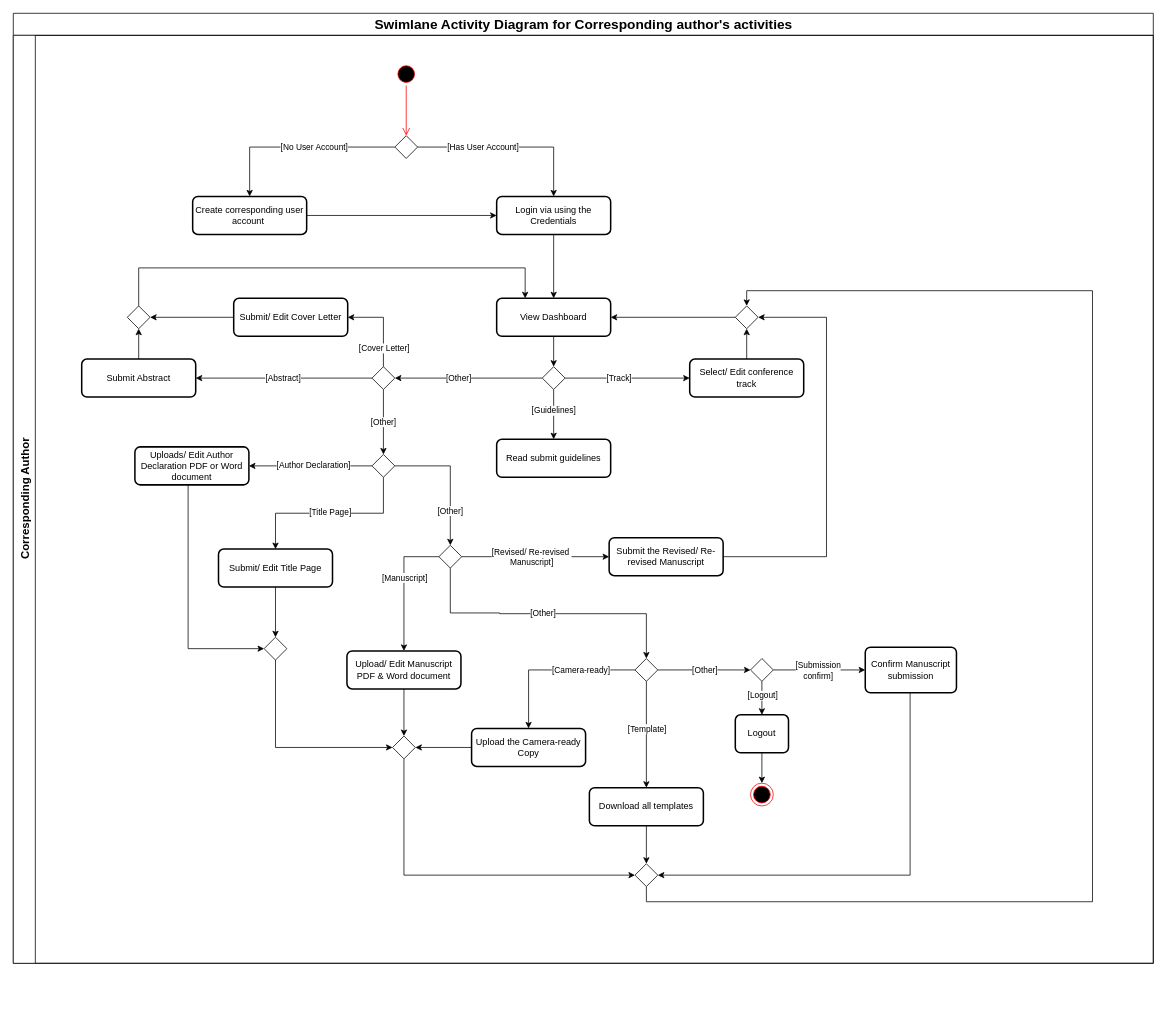
Before: UML Diagram/Swimlane Activity Diagram for Actors in the Conference management system/Swimlane Activity Diagram for Corresponding Author_s Activities/V6(Abstract Level)/Swimlane Activity Diagram for Corresponding author's activities.drawio in KavinduAmalka/Conference-Management-System, a draw.io diagram. Source tidied: cells renumbered, new cells numbered last; positions are measured from the earlier drawing's top-left corner, leaving out a move shared by most shapes. Both pictures are drawn from the tidied source at 76%, with x=0, y=0 at pixel (13, 13).
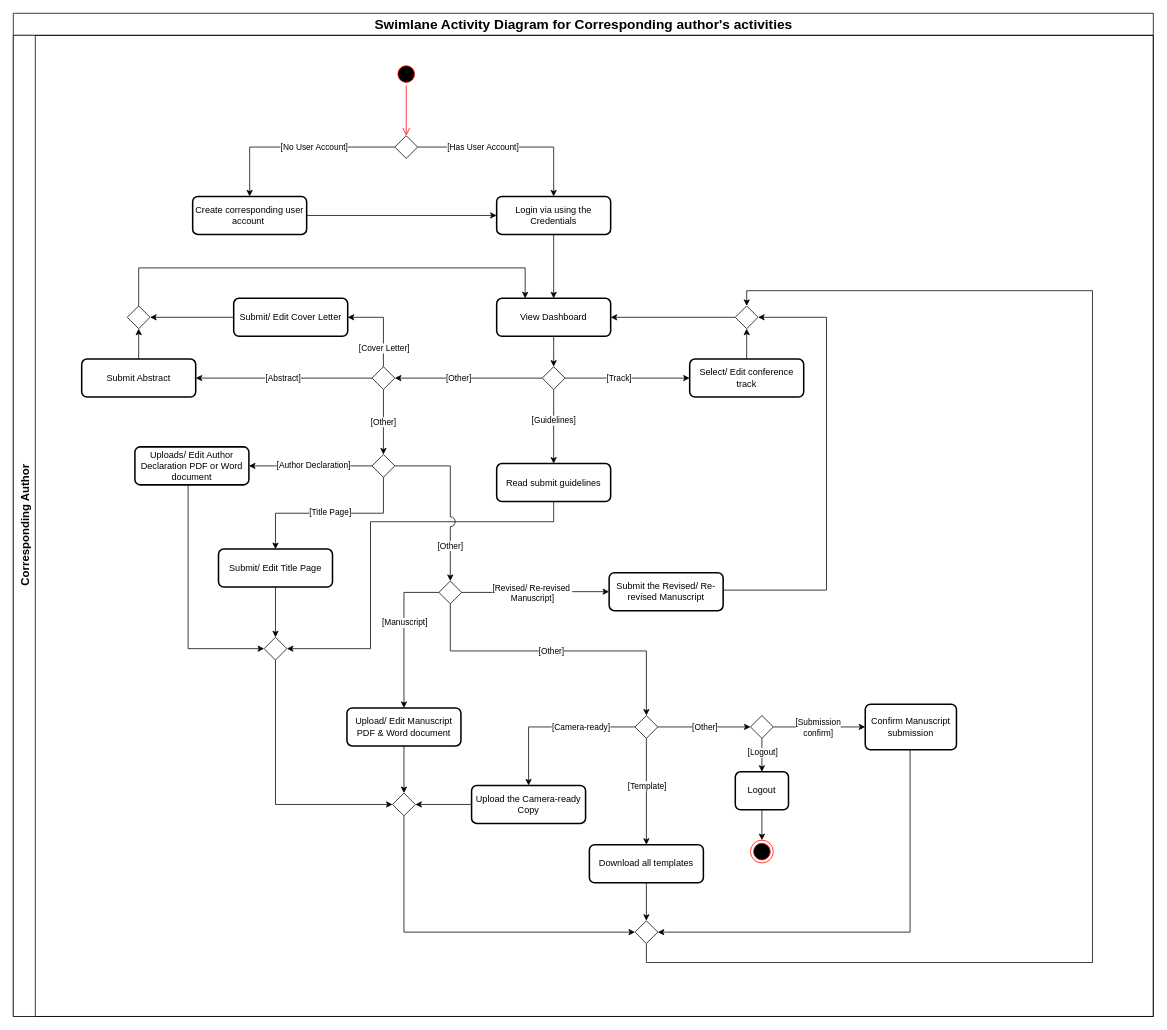
The same diagram, later.

Unchanged cells that the change refers to:
```xml
<mxCell id="43" style="rhombus;" parent="3" vertex="1">
  <mxGeometry x="472" y="551.5" width="30" height="30" as="geometry" />
</mxCell>
<mxCell id="61" style="rhombus;" parent="3" vertex="1">
  <mxGeometry x="950" y="356" width="30" height="30" as="geometry" />
</mxCell>
<mxCell id="63" style="rhombus;" parent="3" vertex="1">
  <mxGeometry x="330" y="792" width="30" height="30" as="geometry" />
</mxCell>
```

What changed in the source:
```diff
@@
     <mxCell id="2" value="&lt;span style=&quot;font-size: 18px;&quot;&gt;Swimlane Activity Diagram for Corresponding author's activities&lt;/span&gt;" style="swimlane;horizontal=1;startSize=29;html=1;" parent="1" vertex="1">
-      <mxGeometry width="1500" height="1250" as="geometry" />
+      <mxGeometry width="1500" height="1320" as="geometry" />
     </mxCell>
     <mxCell id="3" value="&lt;font style=&quot;font-size: 15px;&quot;&gt;Corresponding Author&lt;/font&gt;" style="swimlane;startSize=29;horizontal=0;html=1;" parent="2" vertex="1">
-      <mxGeometry y="29" width="1500" height="1221" as="geometry" />
+      <mxGeometry y="29" width="1500" height="1291" as="geometry" />
     </mxCell>
@@
+    <mxCell id="91" style="edgeStyle=orthogonalEdgeStyle;rounded=0;jettySize=auto;html=1;entryX=1;entryY=0.5;entryDx=0;entryDy=0;jumpStyle=arc;" parent="3" edge="1" source="26" target="63">
+      <mxGeometry relative="1" as="geometry">
+        <Array as="points">
+          <mxPoint x="711" y="640" />
+          <mxPoint x="470" y="640" />
+          <mxPoint x="470" y="807" />
+        </Array>
+      </mxGeometry>
+    </mxCell>
     <mxCell id="26" value="Read submit guidelines" style="rounded=1;whiteSpace=wrap;html=1;absoluteArcSize=1;arcSize=14;strokeWidth=2;" parent="3" vertex="1">
-      <mxGeometry x="636" y="531.5" width="150" height="50" as="geometry" />
+      <mxGeometry x="636" y="563.5" width="150" height="50" as="geometry" />
     </mxCell>
@@
-    <mxCell id="41" style="edgeStyle=orthogonalEdgeStyle;rounded=0;jettySize=auto;html=1;exitX=1;exitY=0.5;exitDx=0;exitDy=0;entryX=0.5;entryY=0;entryDx=0;entryDy=0;" parent="3" edge="1" source="43" target="54">
+    <mxCell id="41" style="edgeStyle=orthogonalEdgeStyle;rounded=0;jettySize=auto;html=1;exitX=1;exitY=0.5;exitDx=0;exitDy=0;entryX=0.5;entryY=0;entryDx=0;entryDy=0;jumpStyle=arc;jumpSize=13;" parent="3" edge="1" source="43" target="54">
       <mxGeometry relative="1" as="geometry" />
     </mxCell>
     <mxCell id="42" value="[Other]" style="edgeLabel;html=1;align=center;verticalAlign=middle;" parent="41" vertex="1">
-      <mxGeometry x="0.49" y="-1" relative="1" as="geometry" />
+      <mxGeometry x="0.49" y="-1" relative="1" as="geometry">
+        <mxPoint y="11" as="offset" />
+      </mxGeometry>
     </mxCell>
@@
     <mxCell id="48" style="edgeStyle=orthogonalEdgeStyle;rounded=0;jettySize=auto;html=1;entryX=0.5;entryY=0;entryDx=0;entryDy=0;exitX=0;exitY=0.5;exitDx=0;exitDy=0;" parent="3" edge="1" source="54" target="56">
       <mxGeometry relative="1" as="geometry">
         <Array as="points">
-          <mxPoint x="514" y="686" />
+          <mxPoint x="514" y="733" />
         </Array>
       </mxGeometry>
     </mxCell>
@@
     <mxCell id="52" style="edgeStyle=orthogonalEdgeStyle;rounded=0;jettySize=auto;html=1;exitX=0.5;exitY=1;exitDx=0;exitDy=0;entryX=0.5;entryY=0;entryDx=0;entryDy=0;" parent="3" edge="1" source="54" target="72">
       <mxGeometry relative="1" as="geometry">
         <Array as="points">
-          <mxPoint x="575" y="760" />
-          <mxPoint x="640" y="760" />
-          <mxPoint x="745" y="761" />
+          <mxPoint x="575" y="810" />
+          <mxPoint x="833" y="810" />
         </Array>
       </mxGeometry>
     </mxCell>
@@
     <mxCell id="54" style="rhombus;" parent="3" vertex="1">
-      <mxGeometry x="560" y="671" width="30" height="30" as="geometry" />
+      <mxGeometry x="560" y="718" width="30" height="30" as="geometry" />
     </mxCell>
@@
     <mxCell id="56" value="Upload/ Edit Manuscript PDF &amp;amp; Word document" style="rounded=1;whiteSpace=wrap;html=1;absoluteArcSize=1;arcSize=14;strokeWidth=2;" parent="3" vertex="1">
-      <mxGeometry x="439" y="810" width="150" height="50" as="geometry" />
+      <mxGeometry x="439" y="885" width="150" height="50" as="geometry" />
     </mxCell>
@@
     <mxCell id="62" style="edgeStyle=orthogonalEdgeStyle;rounded=0;jettySize=auto;html=1;entryX=0;entryY=0.5;entryDx=0;entryDy=0;" parent="3" edge="1" source="63" target="76">
       <mxGeometry relative="1" as="geometry">
         <Array as="points">
-          <mxPoint x="345" y="937" />
+          <mxPoint x="345" y="1012" />
         </Array>
       </mxGeometry>
     </mxCell>
@@
-    <mxCell id="64" style="edgeStyle=orthogonalEdgeStyle;rounded=0;jettySize=auto;html=1;entryX=1;entryY=0.5;entryDx=0;entryDy=0;" parent="3" edge="1" source="65" target="61">
+    <mxCell id="64" style="edgeStyle=orthogonalEdgeStyle;rounded=0;jettySize=auto;html=1;entryX=1;entryY=0.5;entryDx=0;entryDy=0;exitX=1;exitY=0.5;exitDx=0;exitDy=0;" parent="3" edge="1" source="65" target="61">
       <mxGeometry relative="1" as="geometry">
         <Array as="points">
-          <mxPoint x="1070" y="686" />
+          <mxPoint x="934" y="730" />
+          <mxPoint x="1070" y="730" />
           <mxPoint x="1070" y="371" />
         </Array>
       </mxGeometry>
     </mxCell>
     <mxCell id="65" value="&lt;span style=&quot;font-family: Arial, sans-serif; white-space: pre-wrap;&quot;&gt;Submit the Revised/ Re-revised Manuscript&lt;/span&gt;" style="rounded=1;whiteSpace=wrap;html=1;absoluteArcSize=1;arcSize=14;strokeWidth=2;" parent="3" vertex="1">
-      <mxGeometry x="784" y="661" width="150" height="50" as="geometry" />
+      <mxGeometry x="784" y="707" width="150" height="50" as="geometry" />
     </mxCell>
@@
     <mxCell id="72" style="rhombus;" parent="3" vertex="1">
-      <mxGeometry x="818" y="820" width="30" height="30" as="geometry" />
+      <mxGeometry x="818" y="895" width="30" height="30" as="geometry" />
     </mxCell>
@@
     <mxCell id="74" value="&lt;span style=&quot;font-family: Arial, sans-serif; white-space: pre-wrap;&quot;&gt;Upload the Camera-ready Copy&lt;/span&gt;" style="rounded=1;whiteSpace=wrap;html=1;absoluteArcSize=1;arcSize=14;strokeWidth=2;" parent="3" vertex="1">
-      <mxGeometry x="603" y="912" width="150" height="50" as="geometry" />
+      <mxGeometry x="603" y="987" width="150" height="50" as="geometry" />
     </mxCell>
     <mxCell id="75" style="edgeStyle=orthogonalEdgeStyle;rounded=0;jettySize=auto;html=1;entryX=0;entryY=0.5;entryDx=0;entryDy=0;" parent="3" edge="1" source="76" target="80">
       <mxGeometry relative="1" as="geometry">
         <Array as="points">
-          <mxPoint x="514" y="1105" />
+          <mxPoint x="514" y="1180" />
         </Array>
       </mxGeometry>
     </mxCell>
     <mxCell id="76" style="rhombus;" parent="3" vertex="1">
-      <mxGeometry x="499" y="922" width="30" height="30" as="geometry" />
+      <mxGeometry x="499" y="997" width="30" height="30" as="geometry" />
     </mxCell>
@@
     <mxCell id="78" value="&lt;span style=&quot;font-family: Arial, sans-serif; white-space: pre-wrap;&quot;&gt;Download all templates&lt;/span&gt;" style="rounded=1;whiteSpace=wrap;html=1;absoluteArcSize=1;arcSize=14;strokeWidth=2;" parent="3" vertex="1">
-      <mxGeometry x="758" y="990" width="150" height="50" as="geometry" />
+      <mxGeometry x="758" y="1065" width="150" height="50" as="geometry" />
     </mxCell>
     <mxCell id="79" style="edgeStyle=orthogonalEdgeStyle;rounded=0;jettySize=auto;html=1;entryX=0.5;entryY=0;entryDx=0;entryDy=0;exitX=0.5;exitY=1;exitDx=0;exitDy=0;" parent="3" edge="1" source="80" target="61">
       <mxGeometry relative="1" as="geometry">
         <Array as="points">
-          <mxPoint x="833" y="1140" />
-          <mxPoint x="1420" y="1140" />
+          <mxPoint x="833" y="1220" />
+          <mxPoint x="1420" y="1220" />
           <mxPoint x="1420" y="336" />
           <mxPoint x="965" y="336" />
         </Array>
       </mxGeometry>
     </mxCell>
     <mxCell id="80" style="rhombus;" parent="3" vertex="1">
-      <mxGeometry x="818" y="1090" width="30" height="30" as="geometry" />
+      <mxGeometry x="818" y="1165" width="30" height="30" as="geometry" />
     </mxCell>
@@
     <mxCell id="82" value="&lt;span style=&quot;font-family: Arial, sans-serif; white-space: pre-wrap;&quot;&gt;Logout&lt;/span&gt;" style="rounded=1;whiteSpace=wrap;html=1;absoluteArcSize=1;arcSize=14;strokeWidth=2;" parent="3" vertex="1">
-      <mxGeometry x="950" y="894" width="70" height="50" as="geometry" />
+      <mxGeometry x="950" y="969" width="70" height="50" as="geometry" />
     </mxCell>
     <mxCell id="83" style="ellipse;html=1;shape=endState;fillColor=#000000;strokeColor=#ff0000;" parent="3" vertex="1">
-      <mxGeometry x="970" y="984" width="30" height="30" as="geometry" />
+      <mxGeometry x="970" y="1059" width="30" height="30" as="geometry" />
     </mxCell>
@@
     <mxCell id="88" style="rhombus;" parent="3" vertex="1">
-      <mxGeometry x="970" y="820" width="30" height="30" as="geometry" />
+      <mxGeometry x="970" y="895" width="30" height="30" as="geometry" />
     </mxCell>
     <mxCell id="89" style="edgeStyle=orthogonalEdgeStyle;rounded=0;jettySize=auto;html=1;entryX=1;entryY=0.5;entryDx=0;entryDy=0;" parent="3" edge="1" source="90" target="80">
       <mxGeometry relative="1" as="geometry">
         <Array as="points">
-          <mxPoint x="1180" y="1105" />
+          <mxPoint x="1180" y="1180" />
         </Array>
       </mxGeometry>
     </mxCell>
     <mxCell id="90" value="Confirm Manuscript&lt;div&gt;submission&lt;/div&gt;" style="whiteSpace=wrap;html=1;rounded=1;absoluteArcSize=1;arcSize=14;strokeWidth=2;" parent="3" vertex="1">
-      <mxGeometry x="1121" y="805" width="120" height="60" as="geometry" />
+      <mxGeometry x="1121" y="880" width="120" height="60" as="geometry" />
     </mxCell>
```
